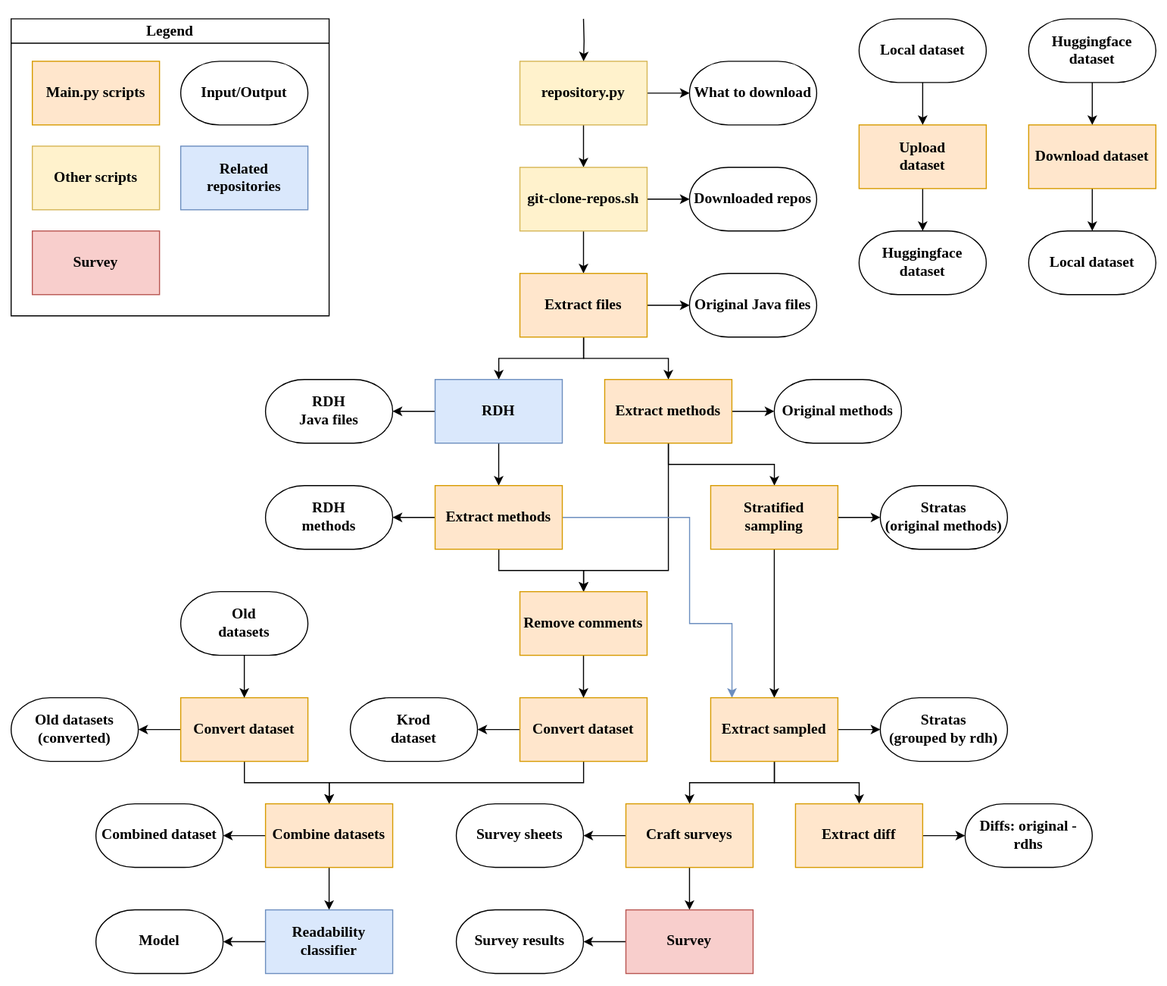
Above: script-overview.svg in LuKrO2011/toolbox-for-code-readability-classification (draw.io), before the change. Source tidied: cells renumbered, new cells last; positions are measured from the earlier drawing's top-left corner, leaving out a move shared by most shapes.
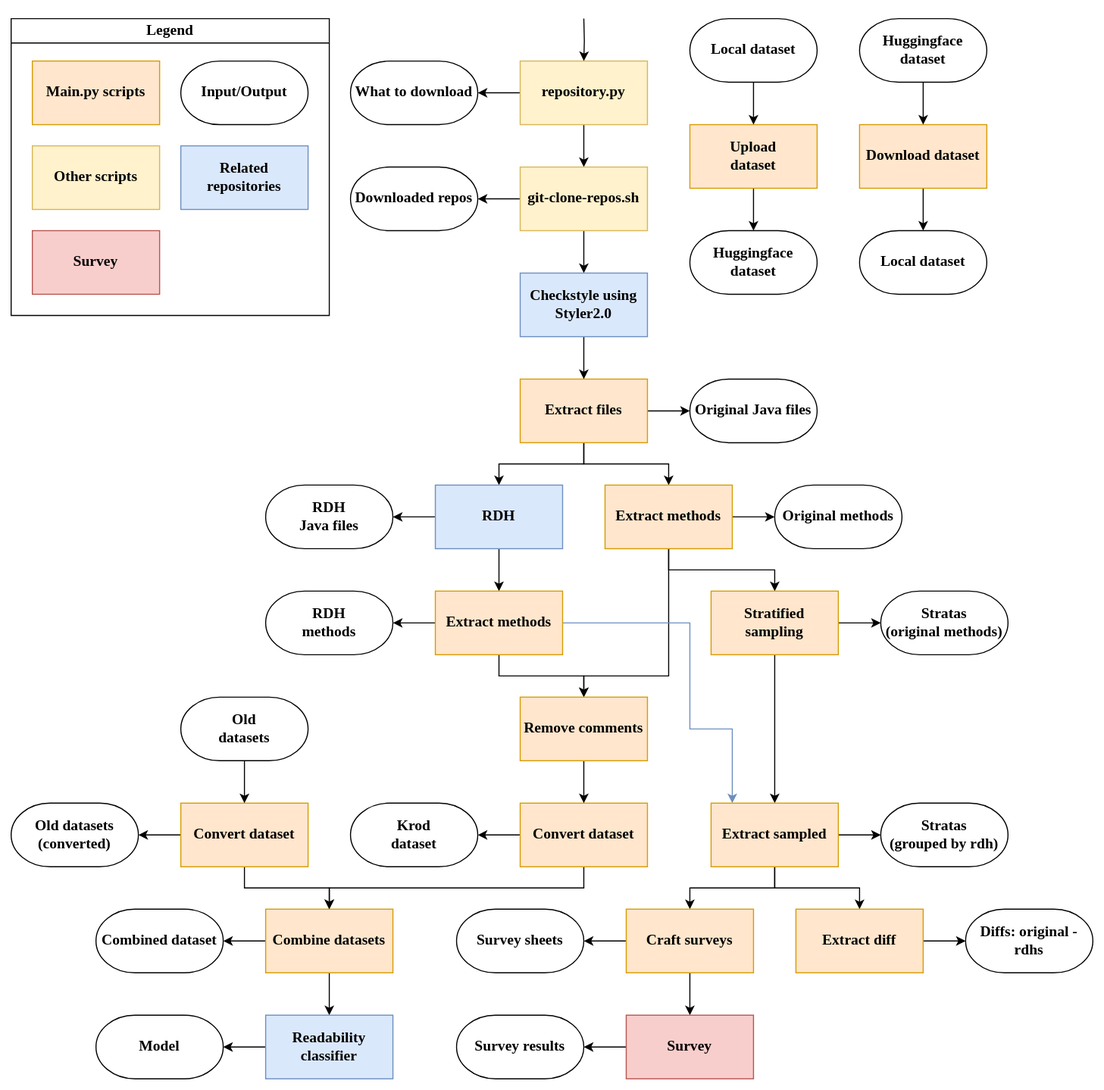
After the change.

Commit message:
Adding checkstyle via styler

Diff of the diagram source:
```diff
@@ -9,22 +9,22 @@
       <mxGeometry relative="1" as="geometry" />
     </mxCell>
     <mxCell id="4" value="repository.py" style="rounded=0;whiteSpace=wrap;html=1;fontSize=14;fontFamily=Tahoma;fontStyle=1;fillColor=#fff2cc;strokeColor=#d6b656;" parent="1" vertex="1">
-      <mxGeometry x="480" y="40" width="120" height="60" as="geometry" />
+      <mxGeometry x="480" y="-60" width="120" height="60" as="geometry" />
     </mxCell>
     <mxCell id="5" value="What to download" style="strokeWidth=1;html=1;shape=mxgraph.flowchart.terminator;whiteSpace=wrap;fontSize=14;fontFamily=Tahoma;rounded=0;fontStyle=1;" parent="1" vertex="1">
-      <mxGeometry x="640" y="40" width="120" height="60" as="geometry" />
+      <mxGeometry x="320" y="-60" width="120" height="60" as="geometry" />
     </mxCell>
     <mxCell id="6" style="edgeStyle=orthogonalEdgeStyle;rounded=0;jettySize=auto;html=1;" parent="1" edge="1" source="8" target="9">
       <mxGeometry relative="1" as="geometry" />
     </mxCell>
-    <mxCell id="7" style="edgeStyle=orthogonalEdgeStyle;rounded=0;jettySize=auto;html=1;" parent="1" edge="1" source="8" target="13">
+    <mxCell id="7" style="edgeStyle=orthogonalEdgeStyle;rounded=0;jettySize=auto;html=1;" parent="1" edge="1" source="8" target="85">
       <mxGeometry relative="1" as="geometry" />
     </mxCell>
     <mxCell id="8" value="git-clone-repos.sh" style="rounded=0;whiteSpace=wrap;html=1;fontSize=14;fontFamily=Tahoma;fontStyle=1;fillColor=#fff2cc;strokeColor=#d6b656;" parent="1" vertex="1">
-      <mxGeometry x="480" y="140" width="120" height="60" as="geometry" />
+      <mxGeometry x="480" y="40" width="120" height="60" as="geometry" />
     </mxCell>
     <mxCell id="9" value="Downloaded repos" style="strokeWidth=1;html=1;shape=mxgraph.flowchart.terminator;whiteSpace=wrap;fontSize=14;fontFamily=Tahoma;rounded=0;fontStyle=1;" parent="1" vertex="1">
-      <mxGeometry x="640" y="140" width="120" height="60" as="geometry" />
+      <mxGeometry x="320" y="40" width="120" height="60" as="geometry" />
     </mxCell>
     <mxCell id="10" style="edgeStyle=orthogonalEdgeStyle;rounded=0;jettySize=auto;html=1;" parent="1" edge="1" source="13" target="14">
       <mxGeometry relative="1" as="geometry" />
@@ -211,7 +211,7 @@
     </mxCell>
     <mxCell id="63" style="edgeStyle=orthogonalEdgeStyle;rounded=0;jettySize=auto;html=1;" parent="1" edge="1" target="4">
       <mxGeometry relative="1" as="geometry">
-        <mxPoint x="540" as="sourcePoint" />
+        <mxPoint x="540" y="-100" as="sourcePoint" />
       </mxGeometry>
     </mxCell>
     <mxCell id="64" style="edgeStyle=orthogonalEdgeStyle;rounded=0;jettySize=auto;html=1;" parent="1" edge="1" source="65" target="58">
@@ -224,13 +224,13 @@
       <mxGeometry relative="1" as="geometry" />
     </mxCell>
     <mxCell id="67" value="Download dataset" style="rounded=0;whiteSpace=wrap;html=1;fontSize=14;fontFamily=Tahoma;fontStyle=1;fillColor=#ffe6cc;strokeColor=#d79b00;" parent="1" vertex="1">
-      <mxGeometry x="960" y="100" width="120" height="60" as="geometry" />
+      <mxGeometry x="800" width="120" height="60" as="geometry" />
     </mxCell>
     <mxCell id="68" style="edgeStyle=orthogonalEdgeStyle;rounded=0;jettySize=auto;html=1;" parent="1" edge="1" source="69" target="74">
       <mxGeometry relative="1" as="geometry" />
     </mxCell>
     <mxCell id="69" value="Upload&lt;div&gt;dataset&lt;/div&gt;" style="rounded=0;whiteSpace=wrap;html=1;fontSize=14;fontFamily=Tahoma;fontStyle=1;fillColor=#ffe6cc;strokeColor=#d79b00;" parent="1" vertex="1">
-      <mxGeometry x="800" y="100" width="120" height="60" as="geometry" />
+      <mxGeometry x="640" width="120" height="60" as="geometry" />
     </mxCell>
     <mxCell id="70" style="edgeStyle=orthogonalEdgeStyle;rounded=0;jettySize=auto;html=1;" parent="1" edge="1" source="71" target="31">
       <mxGeometry relative="1" as="geometry" />
@@ -242,37 +242,43 @@
       <mxGeometry relative="1" as="geometry" />
     </mxCell>
     <mxCell id="73" value="Local dataset" style="strokeWidth=1;html=1;shape=mxgraph.flowchart.terminator;whiteSpace=wrap;fontSize=14;fontFamily=Tahoma;rounded=0;fontStyle=1;" parent="1" vertex="1">
-      <mxGeometry x="800" width="120" height="60" as="geometry" />
+      <mxGeometry x="640" y="-100" width="120" height="60" as="geometry" />
     </mxCell>
     <mxCell id="74" value="Huggingface dataset" style="strokeWidth=1;html=1;shape=mxgraph.flowchart.terminator;whiteSpace=wrap;fontSize=14;fontFamily=Tahoma;rounded=0;fontStyle=1;" parent="1" vertex="1">
-      <mxGeometry x="800" y="200" width="120" height="60" as="geometry" />
+      <mxGeometry x="640" y="100" width="120" height="60" as="geometry" />
     </mxCell>
     <mxCell id="75" value="Local dataset" style="strokeWidth=1;html=1;shape=mxgraph.flowchart.terminator;whiteSpace=wrap;fontSize=14;fontFamily=Tahoma;rounded=0;fontStyle=1;" parent="1" vertex="1">
-      <mxGeometry x="960" y="200" width="120" height="60" as="geometry" />
+      <mxGeometry x="800" y="100" width="120" height="60" as="geometry" />
     </mxCell>
     <mxCell id="76" style="edgeStyle=orthogonalEdgeStyle;rounded=0;jettySize=auto;html=1;" parent="1" edge="1" source="77" target="67">
       <mxGeometry relative="1" as="geometry" />
     </mxCell>
     <mxCell id="77" value="Huggingface dataset" style="strokeWidth=1;html=1;shape=mxgraph.flowchart.terminator;whiteSpace=wrap;fontSize=14;fontFamily=Tahoma;rounded=0;fontStyle=1;" parent="1" vertex="1">
-      <mxGeometry x="960" width="120" height="60" as="geometry" />
+      <mxGeometry x="800" y="-100" width="120" height="60" as="geometry" />
     </mxCell>
     <mxCell id="78" value="Main.py scripts" style="rounded=0;whiteSpace=wrap;html=1;fontSize=14;fontFamily=Tahoma;fontStyle=1;fillColor=#ffe6cc;strokeColor=#d79b00;" parent="1" vertex="1">
-      <mxGeometry x="20" y="40" width="120" height="60" as="geometry" />
+      <mxGeometry x="20" y="-60" width="120" height="60" as="geometry" />
     </mxCell>
     <mxCell id="79" value="Input/Output" style="strokeWidth=1;html=1;shape=mxgraph.flowchart.terminator;whiteSpace=wrap;fontSize=14;fontFamily=Tahoma;rounded=0;fontStyle=1;" parent="1" vertex="1">
-      <mxGeometry x="160" y="40" width="120" height="60" as="geometry" />
+      <mxGeometry x="160" y="-60" width="120" height="60" as="geometry" />
     </mxCell>
     <mxCell id="80" value="Related repositories" style="rounded=0;whiteSpace=wrap;html=1;fontSize=14;fontFamily=Tahoma;fontStyle=1;fillColor=#dae8fc;strokeColor=#6c8ebf;" parent="1" vertex="1">
-      <mxGeometry x="160" y="120" width="120" height="60" as="geometry" />
+      <mxGeometry x="160" y="20" width="120" height="60" as="geometry" />
     </mxCell>
     <mxCell id="81" value="Survey" style="rounded=0;whiteSpace=wrap;html=1;fontSize=14;fontFamily=Tahoma;fontStyle=1;fillColor=#f8cecc;strokeColor=#b85450;" parent="1" vertex="1">
-      <mxGeometry x="20" y="200" width="120" height="60" as="geometry" />
+      <mxGeometry x="20" y="100" width="120" height="60" as="geometry" />
     </mxCell>
     <mxCell id="82" value="Other scripts" style="rounded=0;whiteSpace=wrap;html=1;fontSize=14;fontFamily=Tahoma;fontStyle=1;fillColor=#fff2cc;strokeColor=#d6b656;" parent="1" vertex="1">
-      <mxGeometry x="20" y="120" width="120" height="60" as="geometry" />
+      <mxGeometry x="20" y="20" width="120" height="60" as="geometry" />
     </mxCell>
     <mxCell id="83" value="Legend" style="swimlane;whiteSpace=wrap;html=1;rounded=0;strokeColor=default;strokeWidth=1;align=center;verticalAlign=middle;fontFamily=Tahoma;fontSize=14;fontColor=default;fontStyle=1;fillColor=default;" parent="1" vertex="1">
-      <mxGeometry width="300" height="280" as="geometry" />
+      <mxGeometry y="-100" width="300" height="280" as="geometry" />
     </mxCell>
+    <mxCell id="84" style="edgeStyle=orthogonalEdgeStyle;rounded=0;jettySize=auto;html=1;" parent="1" edge="1" source="85" target="13">
+      <mxGeometry relative="1" as="geometry" />
+    </mxCell>
+    <mxCell id="85" value="Checkstyle using Styler2.0" style="rounded=0;whiteSpace=wrap;html=1;fontSize=14;fontFamily=Tahoma;fontStyle=1;fillColor=#dae8fc;strokeColor=#6c8ebf;" parent="1" vertex="1">
+      <mxGeometry x="480" y="140" width="120" height="60" as="geometry" />
+    </mxCell>
   </root>
 </mxGraphModel>
```
